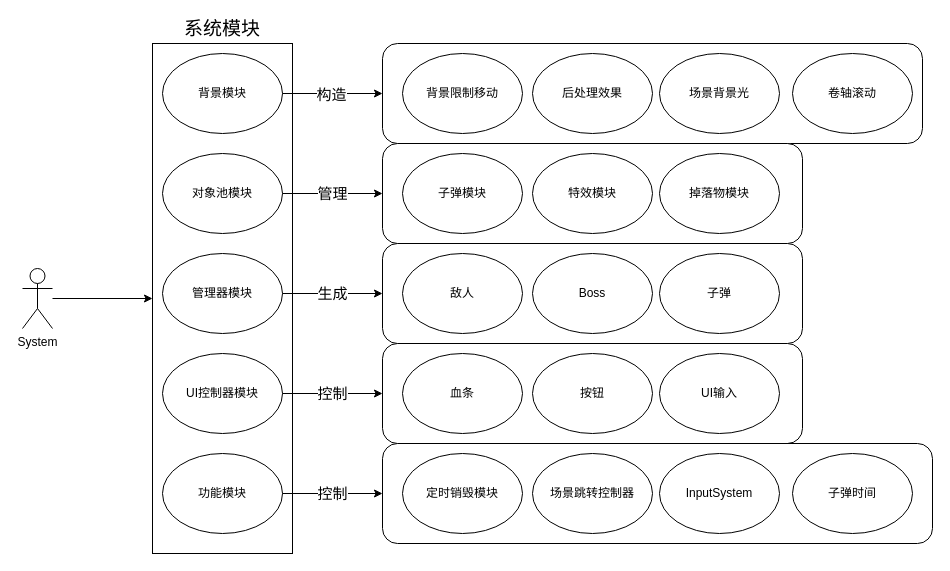
This is page "第 3 页" (3 of 5) of 未命名绘图.drawio from ilovchara/Darw.IO, a draw.io file, before an edit. Source tidied: cells renumbered, new cells numbered last; positions are measured from the earlier drawing's top-left corner, leaving out a move shared by most shapes. Both pictures are drawn from the tidied source at 100%, with x=0, y=0 at pixel (22, 43).
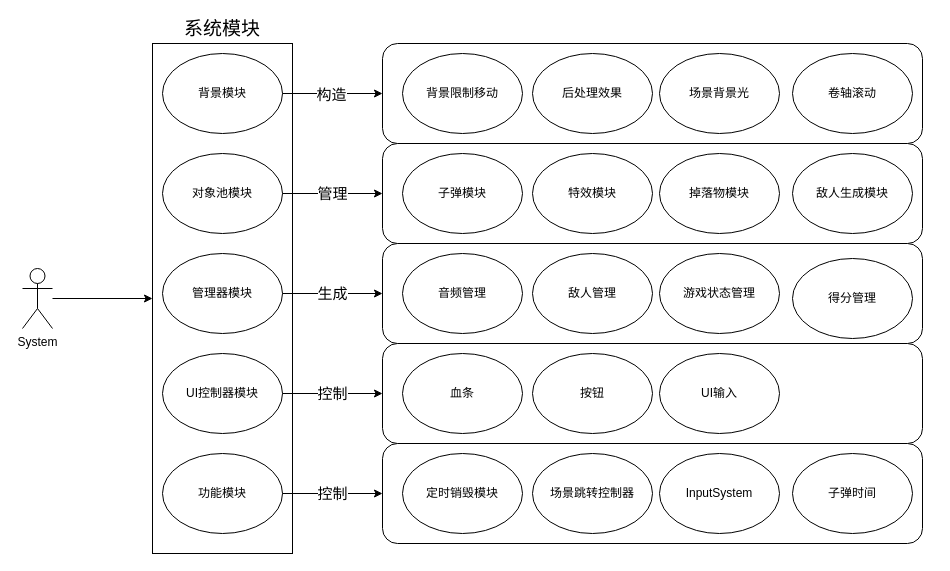
The same diagram, later.

Commit message:
更新未命名绘图.drawio

What changed in the source:
```diff
@@
     <mxCell id="16" style="rounded=1;whiteSpace=wrap;html=1;" parent="1" vertex="1">
-      <mxGeometry x="360" y="100" width="420" height="100" as="geometry" />
+      <mxGeometry x="360" y="100" width="540" height="100" as="geometry" />
     </mxCell>
@@
     <mxCell id="20" style="rounded=1;whiteSpace=wrap;html=1;" parent="1" vertex="1">
-      <mxGeometry x="360" y="200" width="420" height="100" as="geometry" />
+      <mxGeometry x="360" y="200" width="540" height="100" as="geometry" />
     </mxCell>
@@
-    <mxCell id="22" value="敌人" style="ellipse;whiteSpace=wrap;html=1;" parent="1" vertex="1">
+    <mxCell id="22" value="音频管理" style="ellipse;whiteSpace=wrap;html=1;" parent="1" vertex="1">
       <mxGeometry x="380" y="210" width="120" height="80" as="geometry" />
     </mxCell>
-    <mxCell id="23" value="Boss" style="ellipse;whiteSpace=wrap;html=1;" parent="1" vertex="1">
+    <mxCell id="23" value="敌人管理" style="ellipse;whiteSpace=wrap;html=1;" parent="1" vertex="1">
       <mxGeometry x="510" y="210" width="120" height="80" as="geometry" />
     </mxCell>
-    <mxCell id="24" value="子弹" style="ellipse;whiteSpace=wrap;html=1;" parent="1" vertex="1">
+    <mxCell id="24" value="游戏状态管理" style="ellipse;whiteSpace=wrap;html=1;" parent="1" vertex="1">
       <mxGeometry x="637" y="210" width="120" height="80" as="geometry" />
     </mxCell>
     <mxCell id="25" style="rounded=1;whiteSpace=wrap;html=1;" parent="1" vertex="1">
-      <mxGeometry x="360" y="300" width="420" height="100" as="geometry" />
+      <mxGeometry x="360" y="300" width="540" height="100" as="geometry" />
     </mxCell>
@@
     <mxCell id="31" style="rounded=1;whiteSpace=wrap;html=1;" parent="1" vertex="1">
-      <mxGeometry x="360" y="400" width="550" height="100" as="geometry" />
+      <mxGeometry x="360" y="400" width="540" height="100" as="geometry" />
     </mxCell>
@@
+    <mxCell id="38" value="得分管理" style="ellipse;whiteSpace=wrap;html=1;" parent="1" vertex="1">
+      <mxGeometry x="770" y="215" width="120" height="80" as="geometry" />
+    </mxCell>
+    <mxCell id="39" value="敌人生成模块" style="ellipse;whiteSpace=wrap;html=1;" parent="1" vertex="1">
+      <mxGeometry x="770" y="110" width="120" height="80" as="geometry" />
+    </mxCell>
```
